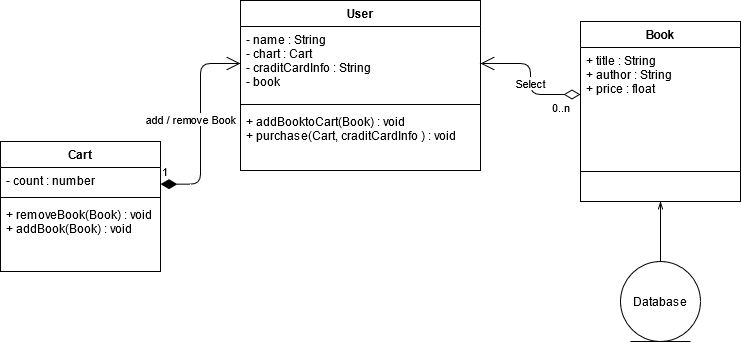
This is Bookstore.png from Poomipat-Ch/SoftArchDesign, a draw.io export, as it was before one commit. Source tidied: cells renumbered, new cells last; positions are measured from the earlier drawing's top-left corner, leaving out a move shared by most shapes.
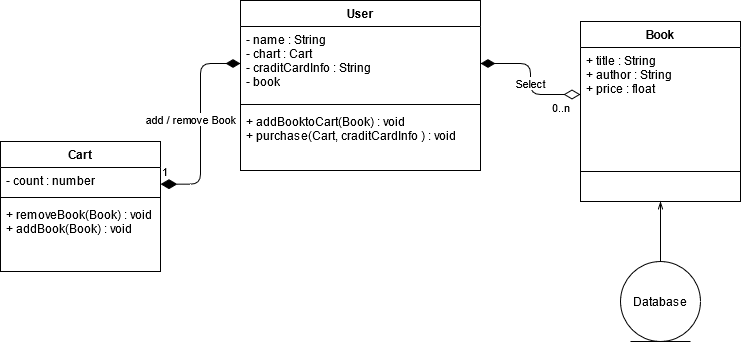
Later version of the same file.

The edit, as a diff of the source:
```diff
@@ -35,7 +35,7 @@
     <mxCell id="12" value="+ removeBook(Book) : void&#10;+ addBook(Book) : void&#10;" style="text;strokeColor=none;fillColor=none;align=left;verticalAlign=top;spacingLeft=4;spacingRight=4;overflow=hidden;" parent="9" vertex="1">
       <mxGeometry y="60" width="160" height="70" as="geometry" />
     </mxCell>
-    <mxCell id="13" value="1" style="endArrow=open;html=1;endSize=12;startArrow=diamondThin;startSize=14;startFill=1;edgeStyle=orthogonalEdgeStyle;align=left;verticalAlign=bottom;" parent="1" edge="1" target="3">
+    <mxCell id="13" value="1" style="endArrow=diamondThin;html=1;endSize=12;startArrow=diamondThin;startSize=14;startFill=1;edgeStyle=orthogonalEdgeStyle;align=left;verticalAlign=bottom;endFill=1;" parent="1" edge="1" target="3">
       <mxGeometry x="-1" y="3" relative="1" as="geometry">
         <mxPoint x="160" y="183.7" as="sourcePoint" />
         <Array as="points">
@@ -49,7 +49,7 @@
         <mxPoint x="-9" as="offset" />
       </mxGeometry>
     </mxCell>
-    <mxCell id="15" style="endArrow=open;html=1;endSize=12;startArrow=diamondThin;startSize=14;startFill=0;edgeStyle=orthogonalEdgeStyle;entryX=1;entryY=0.5;entryDx=0;entryDy=0;" parent="1" edge="1" source="7" target="3">
+    <mxCell id="15" style="endArrow=diamondThin;html=1;endSize=12;startArrow=diamondThin;startSize=14;startFill=0;edgeStyle=orthogonalEdgeStyle;entryX=1;entryY=0.5;entryDx=0;entryDy=0;endFill=1;" parent="1" edge="1" source="7" target="3">
       <mxGeometry x="-0.02" y="-10" relative="1" as="geometry" />
     </mxCell>
     <mxCell id="16" value="0..n" style="edgeLabel;html=1;align=left;verticalAlign=top;" parent="15" vertex="1">
```
